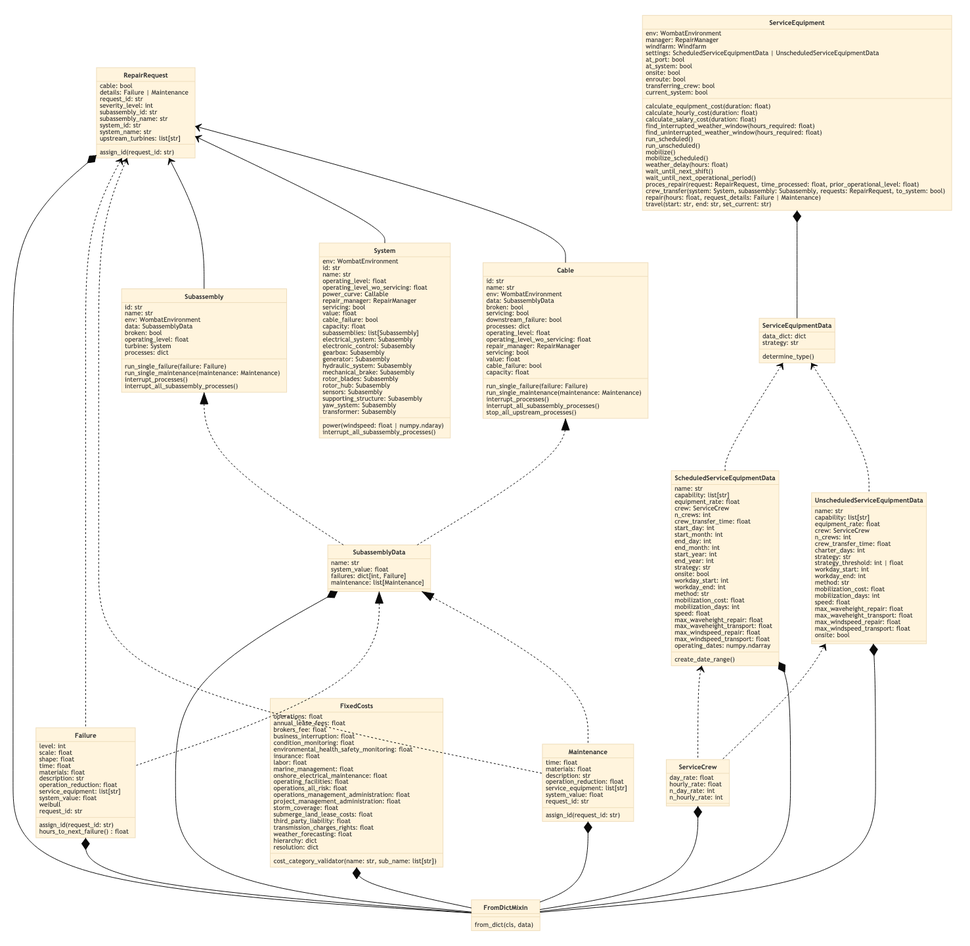
WISDEM/WOMBAT keeps this Mermaid diagram as docs/source/images/data_classes.png. Above is the earlier version. Its source is kept beside it as docs/source/images/data_classes.mmd.
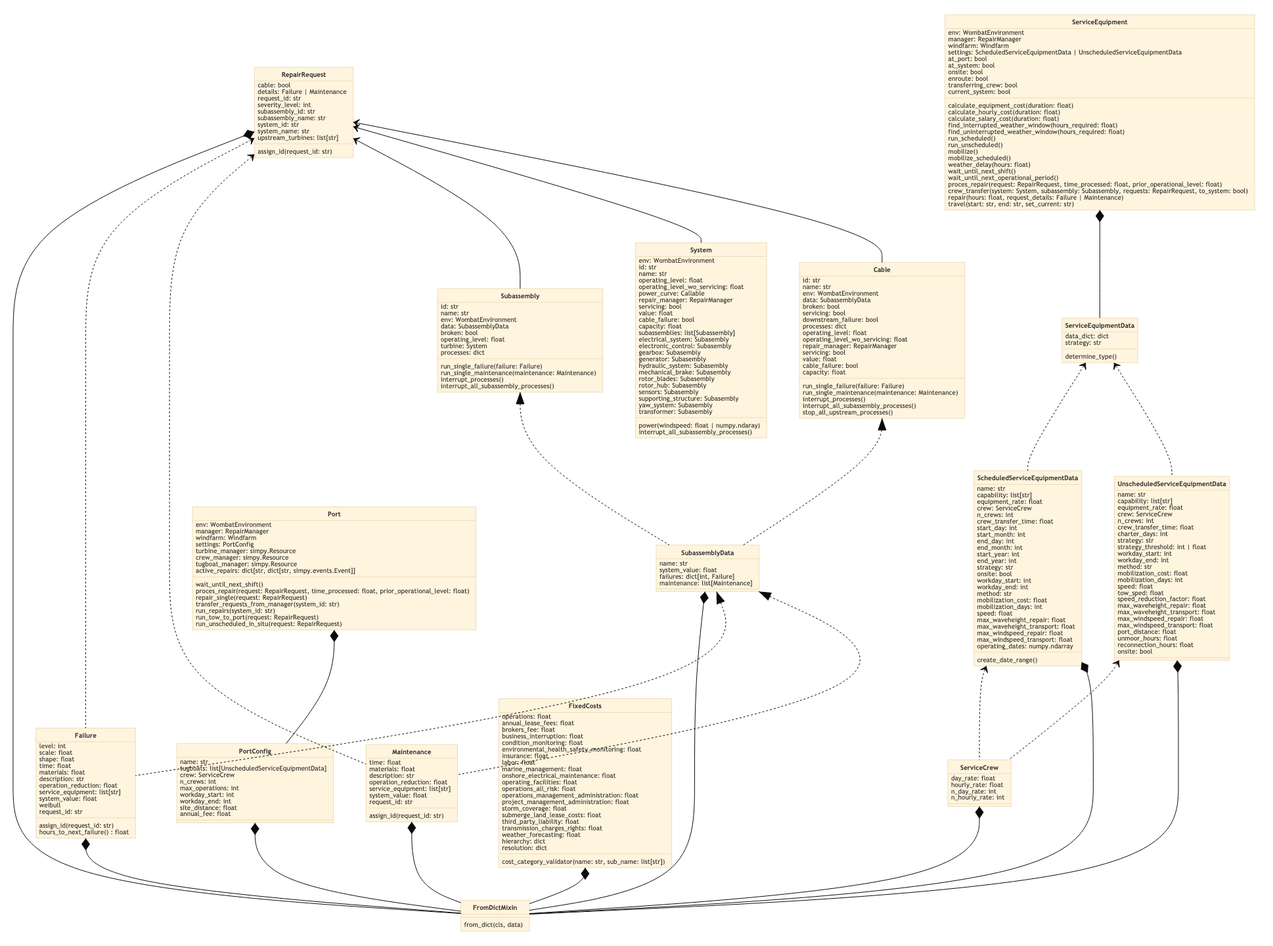
Above is the later version.

The edit, as a diff of the source:
```diff
@@ -96,11 +96,27 @@
         mobilization_cost: float
         mobilization_days: int
         speed: float
+        tow_sped: float
+        speed_reduction_factor: float
         max_waveheight_repair: float
         max_waveheight_transport: float
         max_windspeed_repair: float
         max_windspeed_transport: float
+        port_distance: float
+        unmoor_hours: float
+        reconnection_hours: float
         onsite: bool
+    }
+    class PortConfig{
+        name: str
+        tugboats: list[UnscheduledServiceEquipmentData]
+        crew: ServiceCrew
+        n_crews: int
+        max_operations: int
+        workday_start: int
+        workday_end: int
+        site_distance: float
+        annual_fee: float
     }
     class SubassemblyData{
         name: str
@@ -227,6 +243,24 @@
         stop_all_upstream_processes()
     }
 
+    class Port{
+        env: WombatEnvironment
+        manager: RepairManager
+        windfarm: Windfarm
+        settings: PortConfig
+        turbine_manager: simpy.Resource
+        crew_manager: simpy.Resource
+        tugboat_manager: simpy.Resource
+        active_repairs: dict[str, dict[str, simpy.events.Event]]
+        wait_until_next_shift()
+        proces_repair(request: RepairRequest, time_processed: float, prior_operational_level: float)
+        repair_single(request: RepairRequest)
+        transfer_requests_from_manager(system_id: str)
+        run_repairs(system_id: str)
+        run_tow_to_port(request: RepairRequest)
+        run_unscheduled_in_situ(request: RepairRequest)
+    }
+
     ScheduledServiceEquipmentData <.. ServiceCrew
     UnscheduledServiceEquipmentData <.. ServiceCrew
     ServiceEquipmentData <.. ScheduledServiceEquipmentData
@@ -239,8 +273,10 @@
     ServiceCrew *-- FromDictMixin
     ScheduledServiceEquipmentData *-- FromDictMixin
     UnscheduledServiceEquipmentData *-- FromDictMixin
+    PortConfig *-- FromDictMixin
     SubassemblyData *-- FromDictMixin
 
+    Port *-- PortConfig
     ServiceEquipment *-- ServiceEquipmentData
 
     RepairRequest <.. Failure
```
